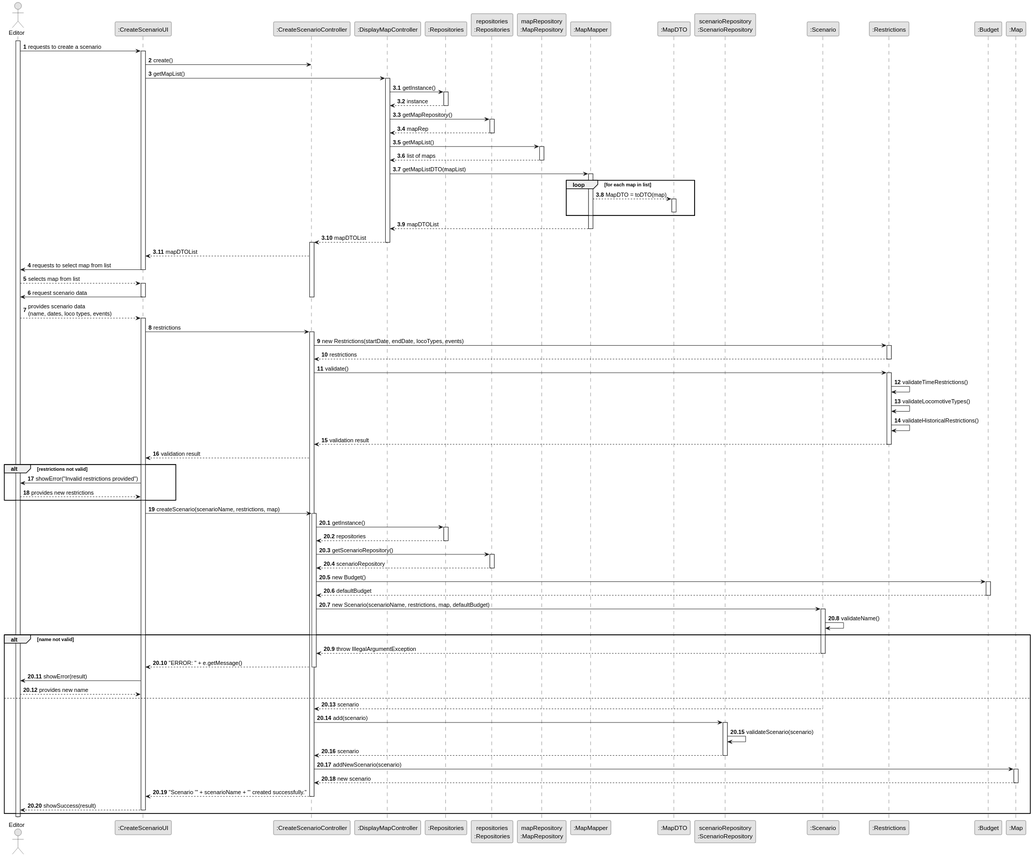
Earlier version of the PlantUML export docs/sprint3/us004/03.design/svg/us004-full-diagram.svg (ivasduarte/all-aboard).
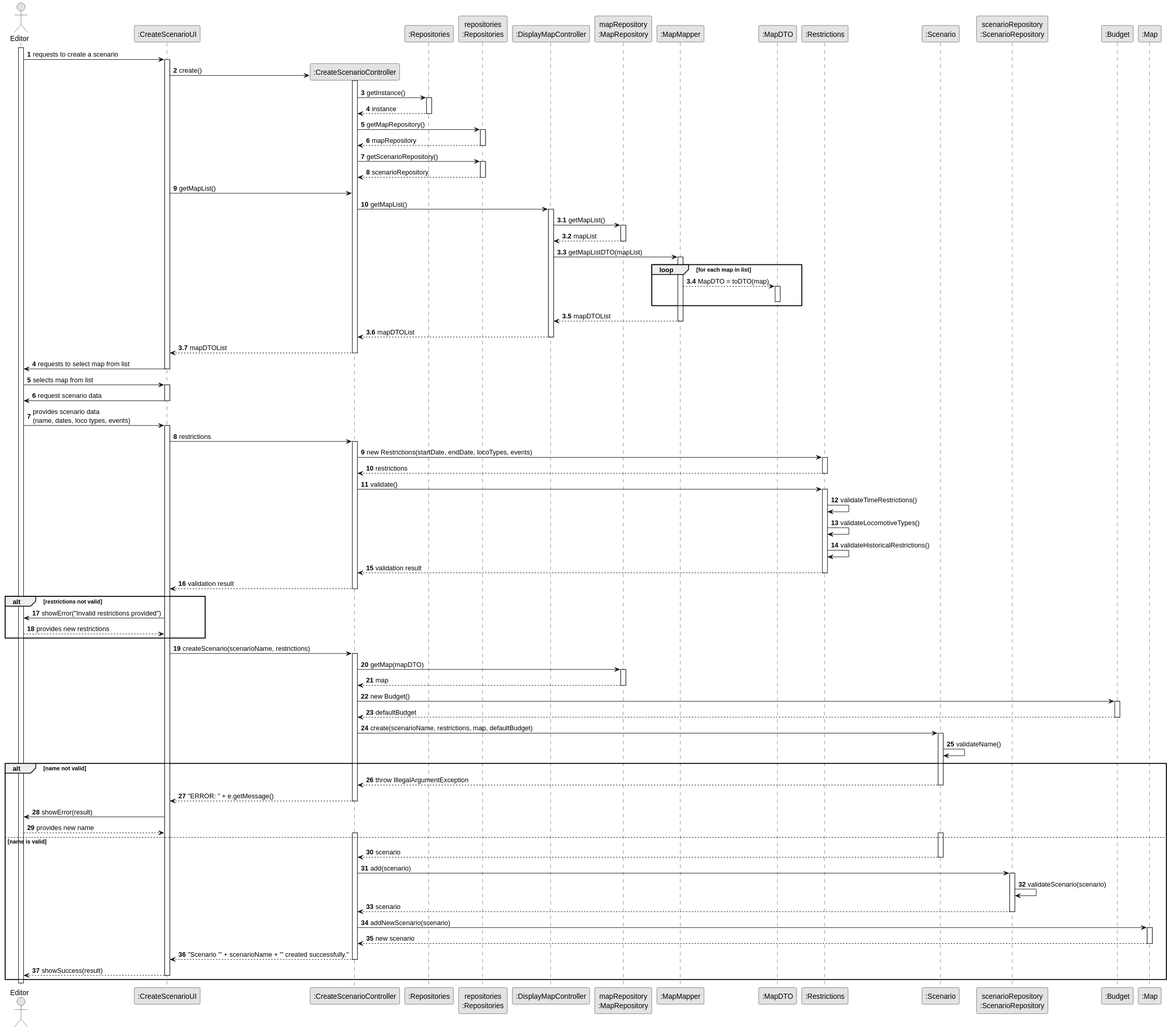
The same diagram one commit later.

Commit message:
US04(docs): updated sequence diagram with dtos

Change to the diagram source:
```diff
@@ -7,15 +7,15 @@
 actor "Editor" as Editor
 participant ":CreateScenarioUI" as UI
 participant ":CreateScenarioController" as CTRL
-participant ":DisplayMapController" as mapCTRL
 participant ":Repositories" as reps
 participant "repositories\n:Repositories" as PLAT
+participant ":DisplayMapController" as mapCTRL
 participant "mapRepository\n:MapRepository" as mapRep
 participant ":MapMapper" as mapper
 participant ":MapDTO" as dto
+participant ":Restrictions" as Restrictions
+participant ":Scenario" as Scenario
 participant "scenarioRepository\n:ScenarioRepository" as Repo
-participant ":Scenario" as Scenario
-participant ":Restrictions" as Restrictions
 participant ":Budget" as Budget
 participant ":Map" as Map
 
@@ -23,22 +23,32 @@
 Editor -> UI : requests to create a scenario
 activate UI
 
-UI -> CTRL : create()
+UI -> CTRL** : create()
+activate CTRL
 
-UI -> mapCTRL : getMapList()
+CTRL -> reps : getInstance()
+activate reps
+reps --> CTRL : instance
+deactivate reps
+
+CTRL -> PLAT : getMapRepository()
+activate PLAT
+PLAT --> CTRL : mapRepository
+deactivate PLAT
+
+CTRL -> PLAT : getScenarioRepository()
+activate PLAT
+PLAT --> CTRL : scenarioRepository
+deactivate PLAT
+
+UI -> CTRL : getMapList()
+
+CTRL -> mapCTRL : getMapList()
 autonumber 3.1
 activate mapCTRL
-mapCTRL -> reps : getInstance()
-activate reps
-reps --> mapCTRL : instance
-deactivate reps
-mapCTRL -> PLAT : getMapRepository()
-activate PLAT
-PLAT --> mapCTRL : mapRep
-deactivate PLAT
 mapCTRL -> mapRep : getMapList()
 activate mapRep
-mapRep --> mapCTRL : list of maps
+mapRep --> mapCTRL : mapList
 deactivate mapRep
 
 mapCTRL -> mapper : getMapListDTO(mapList)
@@ -53,19 +63,18 @@
 
 mapCTRL --> CTRL : mapDTOList
 deactivate mapCTRL
-activate CTRL
 CTRL --> UI : mapDTOList
+deactivate CTRL
 
 autonumber 4
 UI -> Editor : requests to select map from list
 deactivate UI
-Editor --> UI : selects map from list
+Editor -> UI : selects map from list
 activate UI
 
 UI -> Editor : request scenario data
-deactivate CTRL
 deactivate UI
-Editor --> UI : provides scenario data\n(name, dates, loco types, events)
+Editor -> UI : provides scenario data\n(name, dates, loco types, events)
 activate UI
 
 UI -> CTRL : restrictions
@@ -84,33 +93,27 @@
 deactivate Restrictions
 
 CTRL --> UI : validation result
+deactivate CTRL
 
 alt restrictions not valid
     UI -> Editor : showError("Invalid restrictions provided")
     Editor --> UI : provides new restrictions
 end
 
-UI -> CTRL : createScenario(scenarioName, restrictions, map)
+UI -> CTRL : createScenario(scenarioName, restrictions)
 activate CTRL
 
-autonumber 20.1
-CTRL -> reps : getInstance()
-activate reps
-reps --> CTRL : repositories
-deactivate reps
-
-CTRL -> PLAT : getScenarioRepository()
-activate PLAT
-PLAT --> CTRL : scenarioRepository
-deactivate PLAT
-
+CTRL -> mapRep : getMap(mapDTO)
+activate mapRep
+mapRep --> CTRL : map
+deactivate mapRep
 
 CTRL -> Budget : new Budget()
 activate Budget
 Budget --> CTRL : defaultBudget
 deactivate Budget
 
-CTRL -> Scenario : new Scenario(scenarioName, restrictions, map, defaultBudget)
+CTRL -> Scenario : create(scenarioName, restrictions, map, defaultBudget)
 activate Scenario
 Scenario -> Scenario : validateName()
 alt name not valid
@@ -120,7 +123,11 @@
     deactivate CTRL
     UI -> Editor : showError(result)
     Editor --> UI : provides new name
-else
+
+else name is valid
+
+    activate Scenario
+    activate CTRL
     Scenario --> CTRL : scenario
     deactivate Scenario
 
```
